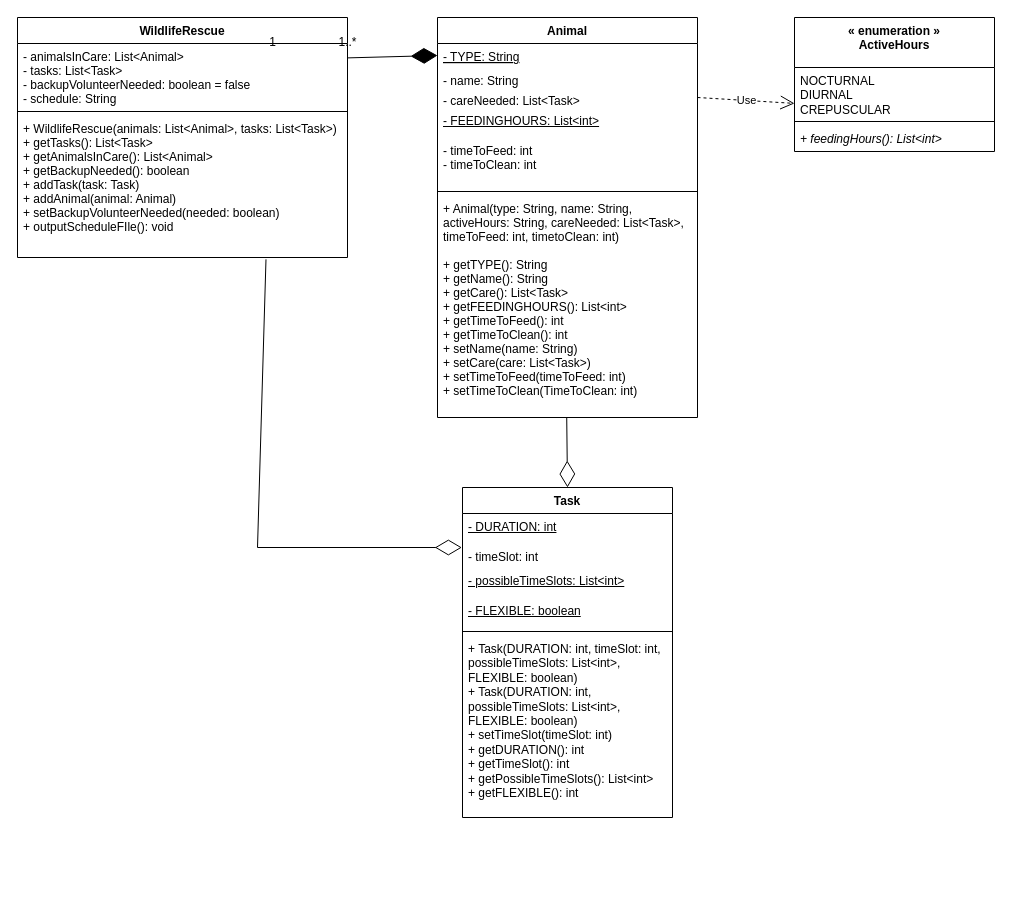
Above: 64.drawio in aryan-karadia/Mock-Schedule-Builder (draw.io), before the change. Source tidied: cells renumbered, new cells numbered last; positions are measured from the earlier drawing's top-left corner, leaving out a move shared by most shapes. Both pictures are drawn from the tidied source at 100%, with x=0, y=0 at pixel (17, 17).
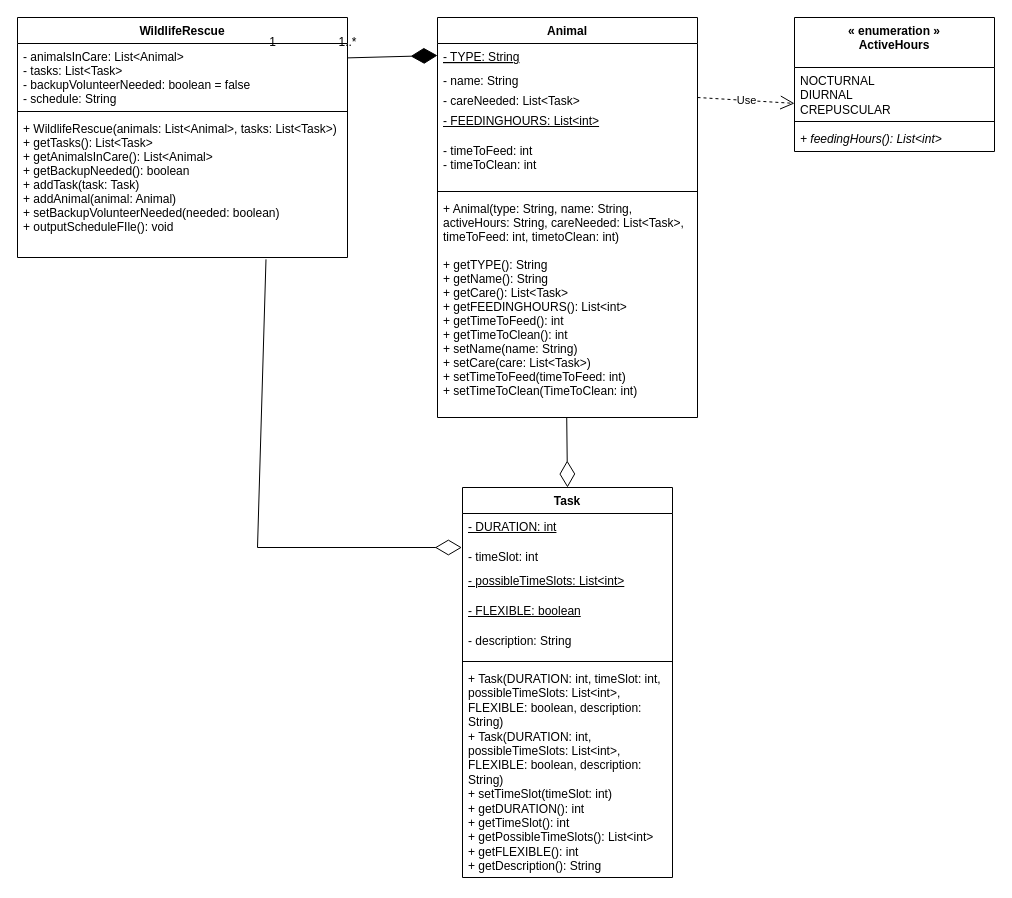
The same diagram, later.

Commit message:
Added description variable in Task

What changed in the source:
```diff
@@
     <mxCell id="20" value="Task" style="swimlane;fontStyle=1;align=center;verticalAlign=top;horizontal=1;startSize=26;whiteSpace=wrap;html=1;" parent="1" vertex="1">
-      <mxGeometry x="445" y="470" width="210" height="330" as="geometry" />
+      <mxGeometry x="445" y="470" width="210" height="390" as="geometry" />
     </mxCell>
@@
+    <mxCell id="31" value="- description: String" style="text;html=1;strokeColor=none;fillColor=none;align=left;verticalAlign=top;whiteSpace=wrap;rounded=0;spacingLeft=4;spacingRight=4;" parent="20" vertex="1">
+      <mxGeometry y="140" width="210" height="30" as="geometry" />
+    </mxCell>
     <mxCell id="25" style="line;strokeWidth=1;fillColor=none;align=left;verticalAlign=middle;spacingTop=-1;spacingLeft=3;spacingRight=3;labelPosition=right;strokeColor=inherit;" parent="20" vertex="1">
-      <mxGeometry y="140" width="210" height="8" as="geometry" />
+      <mxGeometry y="170" width="210" height="8" as="geometry" />
     </mxCell>
-    <mxCell id="26" value="+ Task(DURATION: int, timeSlot: int, possibleTimeSlots: List&amp;lt;int&amp;gt;, FLEXIBLE: boolean)&lt;br&gt;+ Task(DURATION: int, possibleTimeSlots: List&amp;lt;int&amp;gt;, FLEXIBLE: boolean)&lt;br&gt;+ setTimeSlot(timeSlot: int)&lt;br&gt;+ getDURATION(): int&lt;br&gt;+ getTimeSlot(): int&lt;br&gt;+ getPossibleTimeSlots(): List&amp;lt;int&amp;gt;&lt;br&gt;+ getFLEXIBLE(): int" style="text;strokeColor=none;fillColor=none;align=left;verticalAlign=top;spacingLeft=4;spacingRight=4;overflow=hidden;whiteSpace=wrap;html=1;" parent="20" vertex="1">
-      <mxGeometry y="148" width="210" height="182" as="geometry" />
+    <mxCell id="26" value="+ Task(DURATION: int, timeSlot: int, possibleTimeSlots: List&amp;lt;int&amp;gt;, FLEXIBLE: boolean, description: String)&lt;br&gt;+ Task(DURATION: int, possibleTimeSlots: List&amp;lt;int&amp;gt;, FLEXIBLE: boolean, description: String)&lt;br&gt;+ setTimeSlot(timeSlot: int)&lt;br&gt;+ getDURATION(): int&lt;br&gt;+ getTimeSlot(): int&lt;br&gt;+ getPossibleTimeSlots(): List&amp;lt;int&amp;gt;&lt;br&gt;+ getFLEXIBLE(): int&lt;br&gt;+ getDescription(): String" style="text;strokeColor=none;fillColor=none;align=left;verticalAlign=top;spacingLeft=4;spacingRight=4;overflow=hidden;whiteSpace=wrap;html=1;" parent="20" vertex="1">
+      <mxGeometry y="178" width="210" height="212" as="geometry" />
     </mxCell>
```
